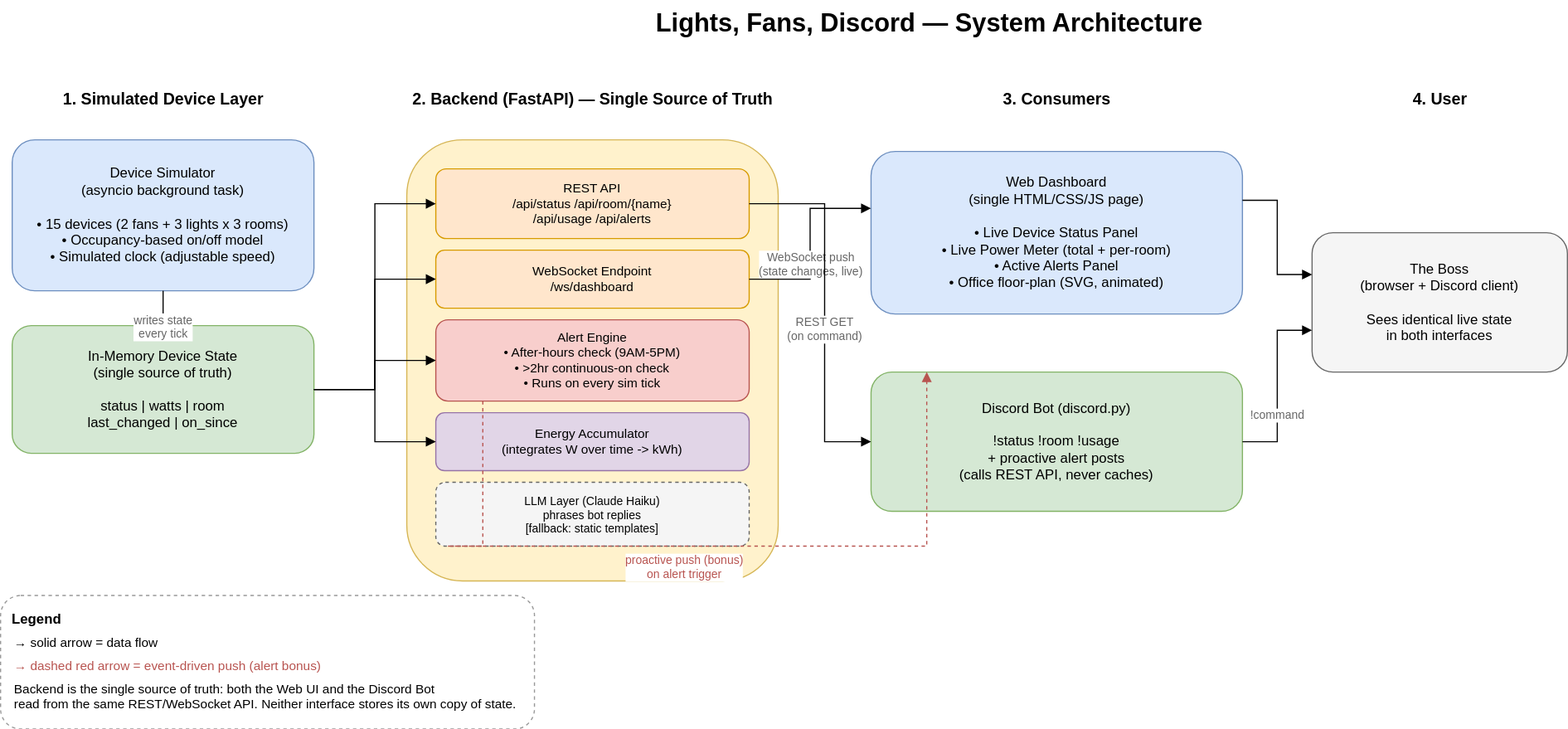
Above: docs/diagrams/lights_fans_discord.drawio.svg in Shimul-Baidya/lights-fans-discord (draw.io), before the change. Source tidied: cells renumbered, new cells last; positions are measured from the earlier drawing's top-left corner, leaving out a move shared by most shapes.
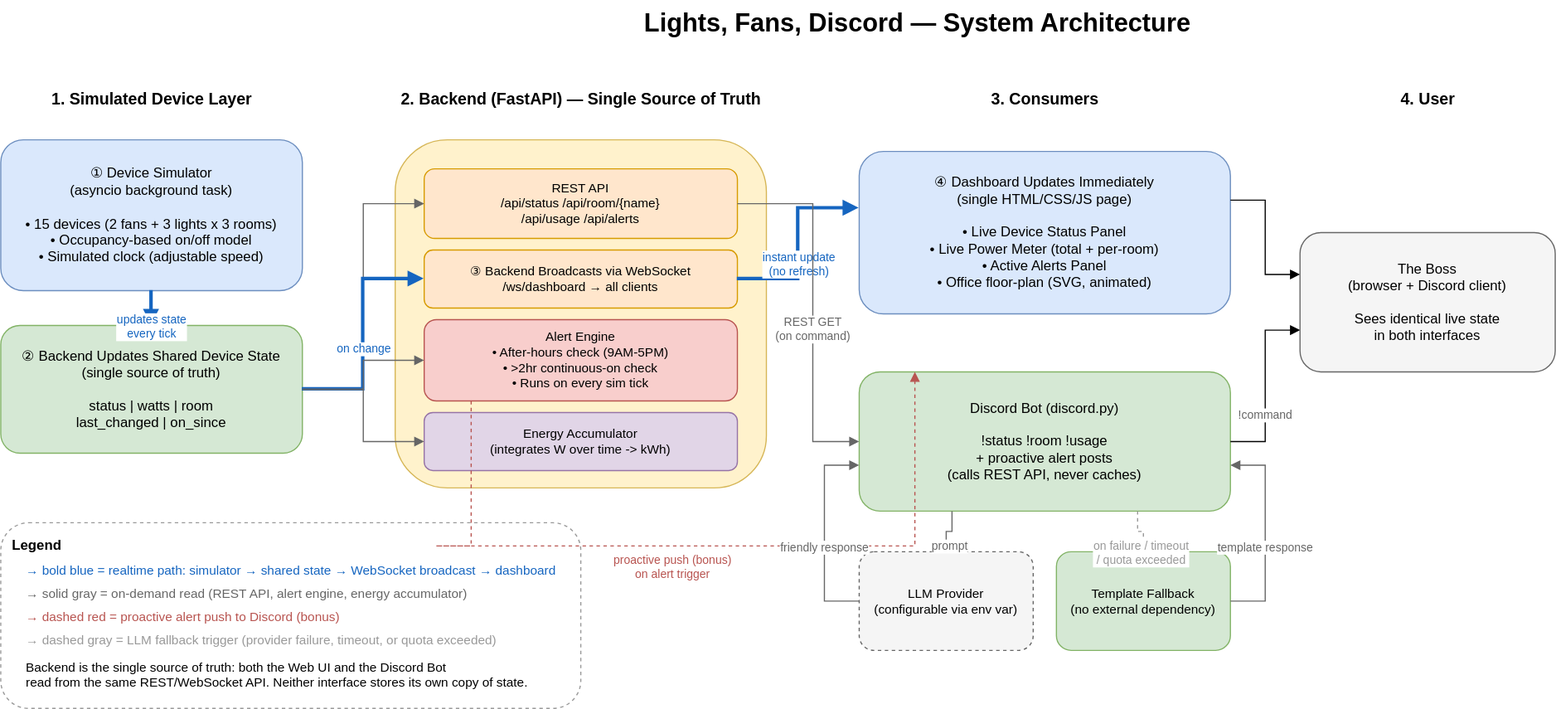
The same file after the commit.

Commit message:
refactor(architecture): clarify realtime flow and add resilient LLM fallback

Diff of the diagram source:
```diff
@@ -8,67 +8,67 @@
     <mxCell id="3" value="1. Simulated Device Layer" style="text;html=1;fontSize=14;fontStyle=1;align=center;" parent="1" vertex="1">
       <mxGeometry x="10" y="70" width="260" height="30" as="geometry" />
     </mxCell>
-    <mxCell id="4" value="Device Simulator&#10;(asyncio background task)&#10;&#10;• 15 devices (2 fans + 3 lights x 3 rooms)&#10;• Occupancy-based on/off model&#10;• Simulated clock (adjustable speed)" style="rounded=1;whiteSpace=wrap;html=1;fillColor=#dae8fc;strokeColor=#6c8ebf;fontSize=12;align=center;verticalAlign=middle;" parent="1" vertex="1">
-      <mxGeometry x="10" y="120" width="260" height="130" as="geometry" />
-    </mxCell>
-    <mxCell id="5" value="In-Memory Device State&#10;(single source of truth)&#10;&#10;status | watts | room&#10;last_changed | on_since" style="rounded=1;whiteSpace=wrap;html=1;fillColor=#d5e8d4;strokeColor=#82b366;fontSize=12;align=center;verticalAlign=middle;" parent="1" vertex="1">
-      <mxGeometry x="10" y="280" width="260" height="110" as="geometry" />
-    </mxCell>
-    <mxCell id="6" style="edgeStyle=orthogonalEdgeStyle;rounded=0;html=1;endArrow=block;elbow=vertical;startArrow=none;" parent="1" edge="1" source="4" target="5">
-      <mxGeometry relative="1" as="geometry" />
-    </mxCell>
-    <mxCell id="7" value="writes state&#10;every tick" style="edgeLabel;html=1;align=center;fontSize=10;fontColor=#666666;" parent="6" vertex="1">
-      <mxGeometry x="-0.1" relative="1" as="geometry" />
-    </mxCell>
+    <mxCell id="37" value="① Device Simulator&#10;(asyncio background task)&#10;&#10;• 15 devices (2 fans + 3 lights x 3 rooms)&#10;• Occupancy-based on/off model&#10;• Simulated clock (adjustable speed)" style="rounded=1;whiteSpace=wrap;html=1;fillColor=#dae8fc;strokeColor=#6c8ebf;fontSize=12;align=center;verticalAlign=middle;" parent="1" vertex="1">
+      <mxGeometry x="10" y="120" width="260" height="130" as="geometry" />
+    </mxCell>
+    <mxCell id="38" value="② Backend Updates Shared Device State&#10;(single source of truth)&#10;&#10;status | watts | room&#10;last_changed | on_since" style="rounded=1;whiteSpace=wrap;html=1;fillColor=#d5e8d4;strokeColor=#82b366;fontSize=12;align=center;verticalAlign=middle;" parent="1" vertex="1">
+      <mxGeometry x="10" y="280" width="260" height="110" as="geometry" />
+    </mxCell>
+    <mxCell id="39" style="edgeStyle=orthogonalEdgeStyle;rounded=0;html=1;endArrow=block;elbow=vertical;startArrow=none;strokeColor=#1565C0;strokeWidth=3;" parent="1" edge="1" source="37" target="38">
+      <mxGeometry relative="1" as="geometry" />
+    </mxCell>
+    <mxCell id="40" value="updates state&#10;every tick" style="edgeLabel;html=1;align=center;fontSize=10;fontColor=#1565C0;" parent="39" vertex="1">
+      <mxGeometry x="-0.1" relative="1" as="geometry" />
+    </mxCell>
     <mxCell id="8" value="2. Backend (FastAPI) — Single Source of Truth" style="text;html=1;fontSize=14;fontStyle=1;align=center;" parent="1" vertex="1">
       <mxGeometry x="350" y="70" width="320" height="30" as="geometry" />
     </mxCell>
-    <mxCell id="9" style="rounded=1;whiteSpace=wrap;html=1;fillColor=#fff2cc;strokeColor=#d6b656;verticalAlign=top;fontSize=12;" parent="1" vertex="1">
-      <mxGeometry x="350" y="120" width="320" height="380" as="geometry" />
-    </mxCell>
+    <mxCell id="41" style="rounded=1;whiteSpace=wrap;html=1;fillColor=#fff2cc;strokeColor=#d6b656;verticalAlign=top;fontSize=12;" parent="1" vertex="1">
+      <mxGeometry x="350" y="120" width="320" height="300" as="geometry" />
+    </mxCell>
     <mxCell id="10" value="REST API&#10;/api/status  /api/room/{name}&#10;/api/usage  /api/alerts" style="rounded=1;whiteSpace=wrap;html=1;fillColor=#ffe6cc;strokeColor=#d79b00;fontSize=11;align=center;verticalAlign=middle;" parent="1" vertex="1">
       <mxGeometry x="375" y="145" width="270" height="60" as="geometry" />
     </mxCell>
-    <mxCell id="11" value="WebSocket Endpoint&#10;/ws/dashboard" style="rounded=1;whiteSpace=wrap;html=1;fillColor=#ffe6cc;strokeColor=#d79b00;fontSize=11;align=center;verticalAlign=middle;" parent="1" vertex="1">
-      <mxGeometry x="375" y="215" width="270" height="50" as="geometry" />
-    </mxCell>
+    <mxCell id="42" value="③ Backend Broadcasts via WebSocket&#10;/ws/dashboard → all clients" style="rounded=1;whiteSpace=wrap;html=1;fillColor=#ffe6cc;strokeColor=#d79b00;fontSize=11;align=center;verticalAlign=middle;" parent="1" vertex="1">
+      <mxGeometry x="375" y="215" width="270" height="50" as="geometry" />
+    </mxCell>
     <mxCell id="12" value="Alert Engine&#10;• After-hours check (9AM-5PM)&#10;• &gt;2hr continuous-on check&#10;• Runs on every sim tick" style="rounded=1;whiteSpace=wrap;html=1;fillColor=#f8cecc;strokeColor=#b85450;fontSize=11;align=center;verticalAlign=middle;" parent="1" vertex="1">
       <mxGeometry x="375" y="275" width="270" height="70" as="geometry" />
     </mxCell>
     <mxCell id="13" value="Energy Accumulator&#10;(integrates W over time -&gt; kWh)" style="rounded=1;whiteSpace=wrap;html=1;fillColor=#e1d5e7;strokeColor=#9673a6;fontSize=11;align=center;verticalAlign=middle;" parent="1" vertex="1">
       <mxGeometry x="375" y="355" width="270" height="50" as="geometry" />
     </mxCell>
-    <mxCell id="14" value="LLM Layer (Claude Haiku)&#10;phrases bot replies&#10;[fallback: static templates]" style="rounded=1;whiteSpace=wrap;html=1;fillColor=#f5f5f5;strokeColor=#666666;dashed=1;fontSize=10;align=center;verticalAlign=middle;" parent="1" vertex="1">
-      <mxGeometry x="375" y="415" width="270" height="55" as="geometry" />
-    </mxCell>
-    <mxCell id="15" style="edgeStyle=orthogonalEdgeStyle;rounded=0;html=1;endArrow=block;startArrow=none;exitX=1;exitY=0.5;entryX=0;entryY=0.5;" parent="1" edge="1" source="5" target="10">
-      <mxGeometry relative="1" as="geometry" />
-    </mxCell>
-    <mxCell id="16" style="edgeStyle=orthogonalEdgeStyle;rounded=0;html=1;endArrow=block;startArrow=none;exitX=1;exitY=0.5;entryX=0;entryY=0.5;" parent="1" edge="1" source="5" target="11">
-      <mxGeometry relative="1" as="geometry" />
-    </mxCell>
-    <mxCell id="17" style="edgeStyle=orthogonalEdgeStyle;rounded=0;html=1;endArrow=block;startArrow=none;exitX=1;exitY=0.5;entryX=0;entryY=0.5;" parent="1" edge="1" source="5" target="12">
-      <mxGeometry relative="1" as="geometry" />
-    </mxCell>
-    <mxCell id="18" style="edgeStyle=orthogonalEdgeStyle;rounded=0;html=1;endArrow=block;startArrow=none;exitX=1;exitY=0.5;entryX=0;entryY=0.5;" parent="1" edge="1" source="5" target="13">
-      <mxGeometry relative="1" as="geometry" />
-    </mxCell>
+    <mxCell id="43" style="edgeStyle=orthogonalEdgeStyle;rounded=0;html=1;endArrow=block;startArrow=none;exitX=1;exitY=0.5;entryX=0;entryY=0.5;strokeColor=#666666;" parent="1" edge="1" source="38" target="10">
+      <mxGeometry relative="1" as="geometry" />
+    </mxCell>
+    <mxCell id="44" style="edgeStyle=orthogonalEdgeStyle;rounded=0;html=1;endArrow=block;startArrow=none;exitX=1;exitY=0.5;entryX=0;entryY=0.5;strokeColor=#1565C0;strokeWidth=3;" parent="1" edge="1" source="38" target="42">
+      <mxGeometry relative="1" as="geometry" />
+    </mxCell>
+    <mxCell id="45" value="on change" style="edgeLabel;html=1;align=center;fontSize=10;fontColor=#1565C0;" parent="44" vertex="1">
+      <mxGeometry relative="1" as="geometry" />
+    </mxCell>
+    <mxCell id="46" style="edgeStyle=orthogonalEdgeStyle;rounded=0;html=1;endArrow=block;startArrow=none;exitX=1;exitY=0.5;entryX=0;entryY=0.5;strokeColor=#666666;" parent="1" edge="1" source="38" target="12">
+      <mxGeometry relative="1" as="geometry" />
+    </mxCell>
+    <mxCell id="47" style="edgeStyle=orthogonalEdgeStyle;rounded=0;html=1;endArrow=block;startArrow=none;exitX=1;exitY=0.5;entryX=0;entryY=0.5;strokeColor=#666666;" parent="1" edge="1" source="38" target="13">
+      <mxGeometry relative="1" as="geometry" />
+    </mxCell>
     <mxCell id="19" value="3. Consumers" style="text;html=1;fontSize=14;fontStyle=1;align=center;" parent="1" vertex="1">
       <mxGeometry x="750" y="70" width="320" height="30" as="geometry" />
     </mxCell>
-    <mxCell id="20" value="Web Dashboard&#10;(single HTML/CSS/JS page)&#10;&#10;• Live Device Status Panel&#10;• Live Power Meter (total + per-room)&#10;• Active Alerts Panel&#10;• Office floor-plan (SVG, animated)" style="rounded=1;whiteSpace=wrap;html=1;fillColor=#dae8fc;strokeColor=#6c8ebf;fontSize=12;align=center;verticalAlign=middle;" parent="1" vertex="1">
-      <mxGeometry x="750" y="130" width="320" height="140" as="geometry" />
-    </mxCell>
+    <mxCell id="48" value="④ Dashboard Updates Immediately&#10;(single HTML/CSS/JS page)&#10;&#10;• Live Device Status Panel&#10;• Live Power Meter (total + per-room)&#10;• Active Alerts Panel&#10;• Office floor-plan (SVG, animated)" style="rounded=1;whiteSpace=wrap;html=1;fillColor=#dae8fc;strokeColor=#6c8ebf;fontSize=12;align=center;verticalAlign=middle;" parent="1" vertex="1">
+      <mxGeometry x="750" y="130" width="320" height="140" as="geometry" />
+    </mxCell>
     <mxCell id="21" value="Discord Bot (discord.py)&#10;&#10;!status   !room &lt;name&gt;   !usage&#10;+ proactive alert posts&#10;(calls REST API, never caches)" style="rounded=1;whiteSpace=wrap;html=1;fillColor=#d5e8d4;strokeColor=#82b366;fontSize=12;align=center;verticalAlign=middle;" parent="1" vertex="1">
       <mxGeometry x="750" y="320" width="320" height="120" as="geometry" />
     </mxCell>
-    <mxCell id="22" style="edgeStyle=orthogonalEdgeStyle;rounded=0;html=1;endArrow=block;startArrow=none;exitX=1;exitY=0.5;entryX=0;entryY=0.35;" parent="1" edge="1" source="11" target="20">
-      <mxGeometry relative="1" as="geometry" />
-    </mxCell>
-    <mxCell id="23" value="WebSocket push&#10;(state changes, live)" style="edgeLabel;html=1;align=center;fontSize=10;fontColor=#666666;" parent="22" vertex="1">
-      <mxGeometry relative="1" as="geometry" />
-    </mxCell>
+    <mxCell id="49" style="edgeStyle=orthogonalEdgeStyle;rounded=0;html=1;endArrow=block;startArrow=none;exitX=1;exitY=0.5;entryX=0;entryY=0.35;strokeColor=#1565C0;strokeWidth=3;" parent="1" edge="1" source="42" target="48">
+      <mxGeometry relative="1" as="geometry" />
+    </mxCell>
+    <mxCell id="50" value="instant update&#10;(no refresh)" style="edgeLabel;html=1;align=center;fontSize=10;fontColor=#1565C0;" parent="49" vertex="1">
+      <mxGeometry relative="1" as="geometry" />
+    </mxCell>
-    <mxCell id="24" style="edgeStyle=orthogonalEdgeStyle;rounded=0;html=1;endArrow=block;startArrow=none;exitX=1;exitY=0.5;entryX=0;entryY=0.5;" parent="1" edge="1" source="10" target="21">
+    <mxCell id="24" style="edgeStyle=orthogonalEdgeStyle;rounded=0;html=1;endArrow=block;startArrow=none;exitX=1;exitY=0.5;entryX=0;entryY=0.5;strokeColor=#666666;" parent="1" edge="1" source="10" target="21">
       <mxGeometry relative="1" as="geometry">
         <Array as="points">
           <mxPoint x="710" y="175" />
@@ -90,15 +90,55 @@
     <mxCell id="27" value="proactive push (bonus)&#10;on alert trigger" style="edgeLabel;html=1;align=center;fontSize=10;fontColor=#b85450;" parent="26" vertex="1">
       <mxGeometry relative="1" as="geometry" />
     </mxCell>
+    <mxCell id="51" value="LLM Provider&#10;(configurable via env var)" style="rounded=1;whiteSpace=wrap;html=1;fillColor=#f5f5f5;strokeColor=#666666;dashed=1;fontSize=11;align=center;verticalAlign=middle;" parent="1" vertex="1">
+      <mxGeometry x="750" y="475" width="150" height="85" as="geometry" />
+    </mxCell>
+    <mxCell id="52" value="Template Fallback&#10;(no external dependency)" style="rounded=1;whiteSpace=wrap;html=1;fillColor=#d5e8d4;strokeColor=#82b366;fontSize=11;align=center;verticalAlign=middle;" parent="1" vertex="1">
+      <mxGeometry x="920" y="475" width="150" height="85" as="geometry" />
+    </mxCell>
+    <mxCell id="53" style="edgeStyle=orthogonalEdgeStyle;rounded=0;html=1;endArrow=block;startArrow=none;exitX=0.25;exitY=1;entryX=0.5;entryY=0;strokeColor=#666666;" parent="1" edge="1" source="21" target="51">
+      <mxGeometry relative="1" as="geometry" />
+    </mxCell>
+    <mxCell id="54" value="prompt" style="edgeLabel;html=1;align=center;fontSize=10;fontColor=#666666;" parent="53" vertex="1">
+      <mxGeometry relative="1" as="geometry" />
+    </mxCell>
+    <mxCell id="55" style="edgeStyle=orthogonalEdgeStyle;rounded=0;html=1;endArrow=block;startArrow=none;exitX=0;exitY=0.5;entryX=0;entryY=0.67;strokeColor=#666666;" parent="1" edge="1" source="51" target="21">
+      <mxGeometry relative="1" as="geometry">
+        <Array as="points">
+          <mxPoint x="720" y="517" />
+          <mxPoint x="720" y="400" />
+        </Array>
+      </mxGeometry>
+    </mxCell>
+    <mxCell id="56" value="friendly response" style="edgeLabel;html=1;align=center;fontSize=10;fontColor=#666666;" parent="55" vertex="1">
+      <mxGeometry relative="1" as="geometry" />
+    </mxCell>
+    <mxCell id="57" style="edgeStyle=orthogonalEdgeStyle;rounded=0;html=1;endArrow=block;startArrow=none;exitX=0.75;exitY=1;entryX=0.5;entryY=0;dashed=1;strokeColor=#999999;" parent="1" edge="1" source="21" target="52">
+      <mxGeometry relative="1" as="geometry" />
+    </mxCell>
+    <mxCell id="58" value="on failure / timeout&#10;/ quota exceeded" style="edgeLabel;html=1;align=center;fontSize=10;fontColor=#999999;" parent="57" vertex="1">
+      <mxGeometry relative="1" as="geometry" />
+    </mxCell>
+    <mxCell id="59" style="edgeStyle=orthogonalEdgeStyle;rounded=0;html=1;endArrow=block;startArrow=none;exitX=1;exitY=0.5;entryX=1;entryY=0.67;strokeColor=#666666;" parent="1" edge="1" source="52" target="21">
+      <mxGeometry relative="1" as="geometry">
+        <Array as="points">
+          <mxPoint x="1100" y="517" />
+          <mxPoint x="1100" y="400" />
+        </Array>
+      </mxGeometry>
+    </mxCell>
+    <mxCell id="60" value="template response" style="edgeLabel;html=1;align=center;fontSize=10;fontColor=#666666;" parent="59" vertex="1">
+      <mxGeometry relative="1" as="geometry" />
+    </mxCell>
     <mxCell id="28" value="4. User" style="text;html=1;fontSize=14;fontStyle=1;align=center;" parent="1" vertex="1">
       <mxGeometry x="1130" y="70" width="220" height="30" as="geometry" />
     </mxCell>
     <mxCell id="29" value="The Boss&#10;(browser + Discord client)&#10;&#10;Sees identical live state&#10;in both interfaces" style="rounded=1;whiteSpace=wrap;html=1;fillColor=#f5f5f5;strokeColor=#666666;fontSize=12;align=center;verticalAlign=middle;" parent="1" vertex="1">
       <mxGeometry x="1130" y="200" width="220" height="120" as="geometry" />
     </mxCell>
-    <mxCell id="30" style="edgeStyle=orthogonalEdgeStyle;rounded=0;html=1;endArrow=block;startArrow=none;exitX=1;exitY=0.3;entryX=0;entryY=0.3;" parent="1" edge="1" source="20" target="29">
-      <mxGeometry relative="1" as="geometry" />
-    </mxCell>
+    <mxCell id="61" style="edgeStyle=orthogonalEdgeStyle;rounded=0;html=1;endArrow=block;startArrow=none;exitX=1;exitY=0.3;entryX=0;entryY=0.3;" parent="1" edge="1" source="48" target="29">
+      <mxGeometry relative="1" as="geometry" />
+    </mxCell>
     <mxCell id="31" style="edgeStyle=orthogonalEdgeStyle;rounded=0;html=1;endArrow=block;startArrow=none;exitX=1;exitY=0.5;entryX=0;entryY=0.7;" parent="1" edge="1" source="21" target="29">
       <mxGeometry relative="1" as="geometry" />
     </mxCell>
@@ -108,16 +148,22 @@
       </mxGeometry>
     </mxCell>
     <mxCell id="33" value="Legend" style="rounded=1;whiteSpace=wrap;html=1;fillColor=none;strokeColor=#999999;verticalAlign=top;fontStyle=1;fontSize=12;align=left;spacingLeft=8;spacingTop=6;dashed=1;" parent="1" vertex="1">
-      <mxGeometry y="512.5" width="460" height="115" as="geometry" />
+      <mxGeometry x="10" y="450" width="500" height="160" as="geometry" />
     </mxCell>
-    <mxCell id="34" value="→ solid arrow = data flow" style="text;html=1;fontSize=11;align=left;" parent="1" vertex="1">
-      <mxGeometry x="10" y="540" width="300" height="20" as="geometry" />
-    </mxCell>
-    <mxCell id="35" value="→ dashed red arrow = event-driven push (alert bonus)" style="text;html=1;fontSize=11;align=left;fontColor=#b85450;" parent="1" vertex="1">
-      <mxGeometry x="10" y="560" width="380" height="20" as="geometry" />
-    </mxCell>
+    <mxCell id="62" value="→ bold blue = realtime path: simulator → shared state → WebSocket broadcast → dashboard" style="text;html=1;fontSize=11;align=left;fontColor=#1565C0;" parent="1" vertex="1">
+      <mxGeometry x="30" y="478" width="650" height="18" as="geometry" />
+    </mxCell>
+    <mxCell id="63" value="→ solid gray = on-demand read (REST API, alert engine, energy accumulator)" style="text;html=1;fontSize=11;align=left;fontColor=#666666;" parent="1" vertex="1">
+      <mxGeometry x="30" y="498" width="650" height="18" as="geometry" />
+    </mxCell>
+    <mxCell id="64" value="→ dashed red = proactive alert push to Discord (bonus)" style="text;html=1;fontSize=11;align=left;fontColor=#b85450;" parent="1" vertex="1">
+      <mxGeometry x="30" y="518" width="650" height="18" as="geometry" />
+    </mxCell>
+    <mxCell id="65" value="→ dashed gray = LLM fallback trigger (provider failure, timeout, or quota exceeded)" style="text;html=1;fontSize=11;align=left;fontColor=#999999;" parent="1" vertex="1">
+      <mxGeometry x="30" y="538" width="650" height="18" as="geometry" />
+    </mxCell>
     <mxCell id="36" value="Backend is the single source of truth: both the Web UI and the Discord Bot&#10;read from the same REST/WebSocket API. Neither interface stores its own copy of state." style="text;html=1;fontSize=11;align=left;" parent="1" vertex="1">
-      <mxGeometry x="10" y="580" width="400" height="40" as="geometry" />
+      <mxGeometry x="30" y="562" width="650" height="40" as="geometry" />
     </mxCell>
   </root>
 </mxGraphModel>
```
